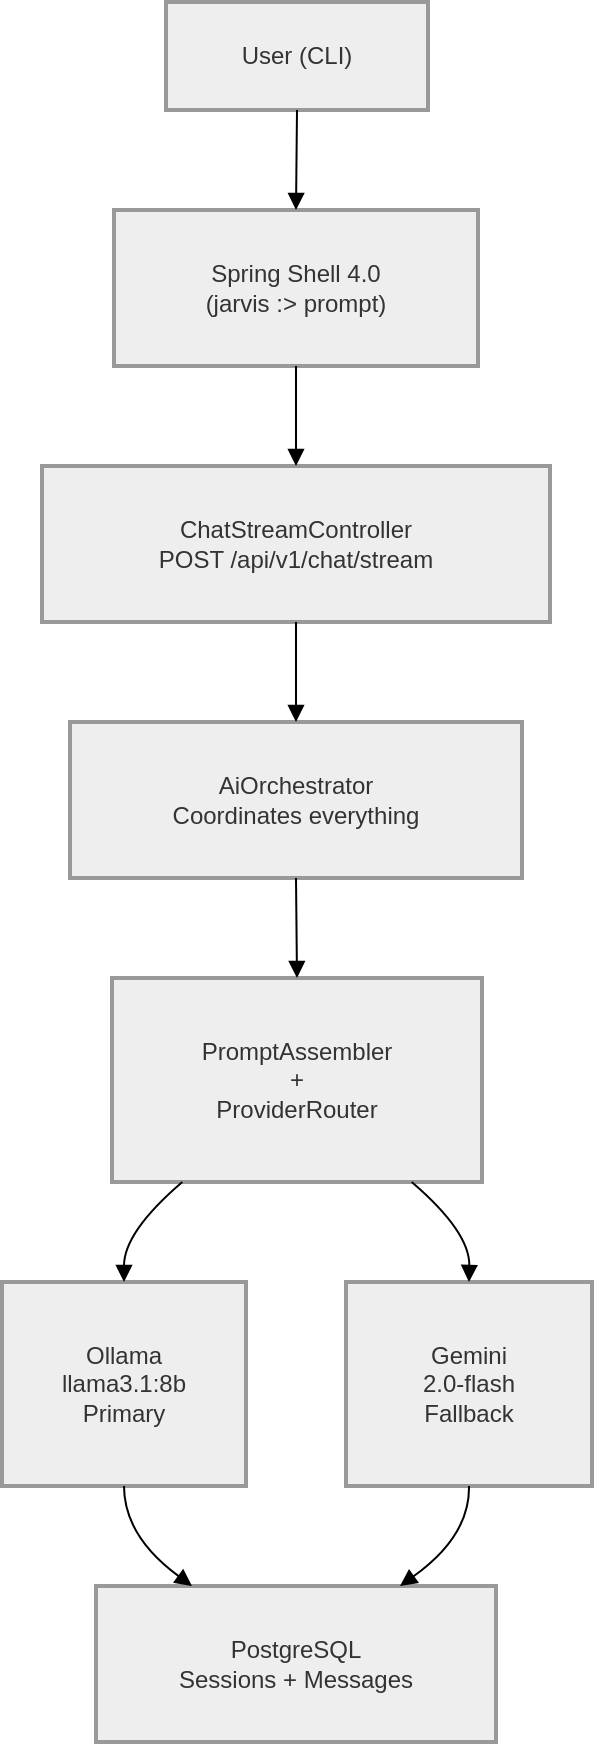
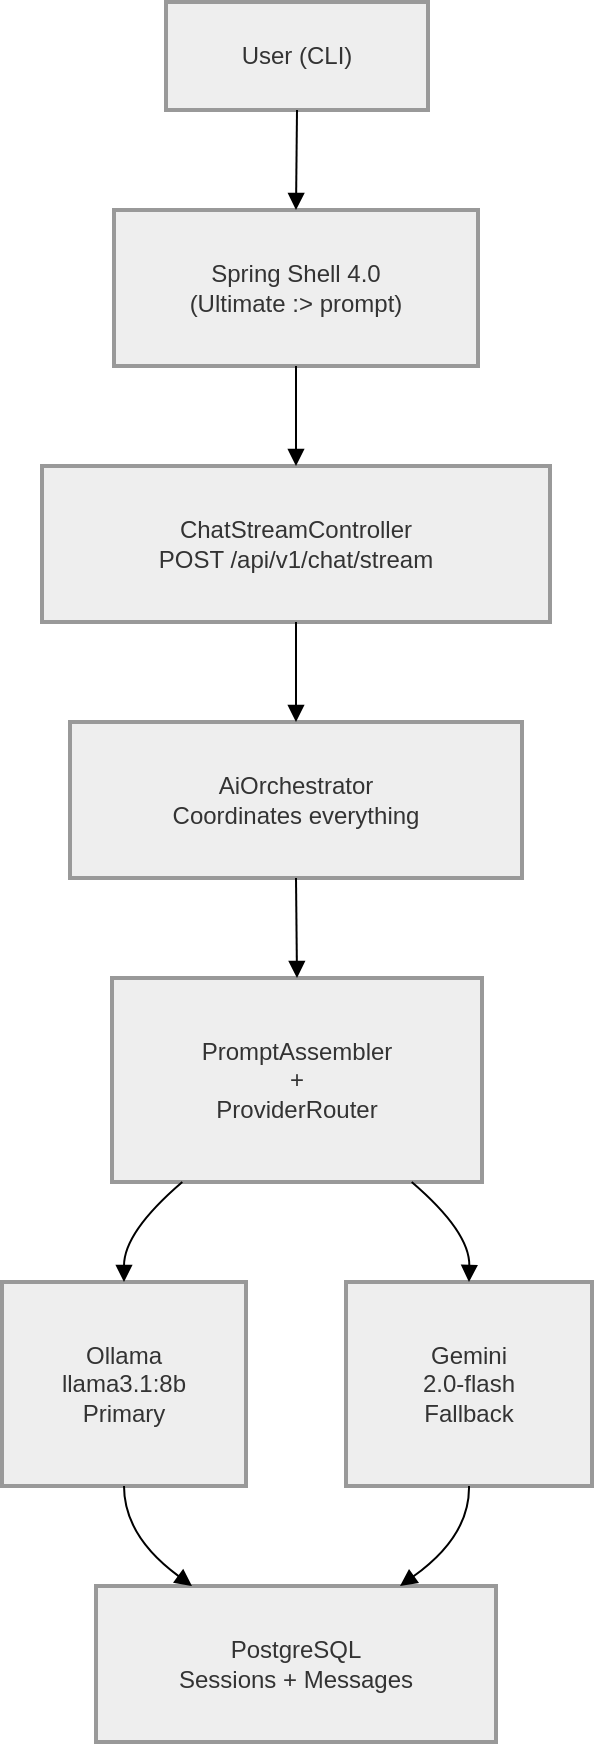
  <mxfile host="app.diagrams.net">
    <diagram name="Page-1" id="wY7HkS03owiggVAKXcqs">
      <mxGraphModel dx="1030" dy="527" grid="1" gridSize="10" guides="1" tooltips="1" connect="1" arrows="1" fold="1" page="1" pageScale="1" pageWidth="850" pageHeight="1100" math="0" shadow="0">
        <root>
          <mxCell id="0" />
          <mxCell id="1" parent="0" />
          <mxCell id="SCGlZj5swCD9gWGE6OnE-1" parent="1" style="whiteSpace=wrap;strokeWidth=2;fillColor=light-dark(#eeeeee,#1f2020);strokeColor=light-dark(#999999,#cccccc);fontColor=light-dark(#333333,#cccccc);" value="User (CLI)" vertex="1">
            <mxGeometry height="54" width="131" x="102" y="20" as="geometry" />
          </mxCell>
-           <mxCell id="SCGlZj5swCD9gWGE6OnE-2" parent="1" style="whiteSpace=wrap;strokeWidth=2;fillColor=light-dark(#eeeeee,#1f2020);strokeColor=light-dark(#999999,#cccccc);fontColor=light-dark(#333333,#cccccc);" value="Spring Shell 4.0&#xa;(jarvis :&gt; prompt)" vertex="1">
+           <mxCell id="SCGlZj5swCD9gWGE6OnE-2" parent="1" style="whiteSpace=wrap;strokeWidth=2;fillColor=light-dark(#eeeeee,#1f2020);strokeColor=light-dark(#999999,#cccccc);fontColor=light-dark(#333333,#cccccc);" value="Spring Shell 4.0&#xa;(Ultimate :&gt; prompt)" vertex="1">
            <mxGeometry height="78" width="182" x="76" y="124" as="geometry" />
          </mxCell>
          <mxCell id="SCGlZj5swCD9gWGE6OnE-3" parent="1" style="whiteSpace=wrap;strokeWidth=2;fillColor=light-dark(#eeeeee,#1f2020);strokeColor=light-dark(#999999,#cccccc);fontColor=light-dark(#333333,#cccccc);" value="ChatStreamController&#xa;POST /api/v1/chat/stream" vertex="1">
            <mxGeometry height="78" width="254" x="40" y="252" as="geometry" />
          </mxCell>
          <mxCell id="SCGlZj5swCD9gWGE6OnE-4" parent="1" style="whiteSpace=wrap;strokeWidth=2;fillColor=light-dark(#eeeeee,#1f2020);strokeColor=light-dark(#999999,#cccccc);fontColor=light-dark(#333333,#cccccc);" value="AiOrchestrator&#xa;Coordinates everything" vertex="1">
            <mxGeometry height="78" width="226" x="54" y="380" as="geometry" />
          </mxCell>
          <mxCell id="SCGlZj5swCD9gWGE6OnE-5" parent="1" style="whiteSpace=wrap;strokeWidth=2;fillColor=light-dark(#eeeeee,#1f2020);strokeColor=light-dark(#999999,#cccccc);fontColor=light-dark(#333333,#cccccc);" value="PromptAssembler&#xa;+&#xa;ProviderRouter" vertex="1">
            <mxGeometry height="102" width="185" x="75" y="508" as="geometry" />
          </mxCell>
          <mxCell id="SCGlZj5swCD9gWGE6OnE-6" parent="1" style="whiteSpace=wrap;strokeWidth=2;fillColor=light-dark(#eeeeee,#1f2020);strokeColor=light-dark(#999999,#cccccc);fontColor=light-dark(#333333,#cccccc);" value="Ollama&#xa;llama3.1:8b&#xa;Primary" vertex="1">
            <mxGeometry height="102" width="122" x="20" y="660" as="geometry" />
          </mxCell>
          <mxCell id="SCGlZj5swCD9gWGE6OnE-7" parent="1" style="whiteSpace=wrap;strokeWidth=2;fillColor=light-dark(#eeeeee,#1f2020);strokeColor=light-dark(#999999,#cccccc);fontColor=light-dark(#333333,#cccccc);" value="Gemini&#xa;2.0-flash&#xa;Fallback" vertex="1">
            <mxGeometry height="102" width="123" x="192" y="660" as="geometry" />
          </mxCell>
          <mxCell id="SCGlZj5swCD9gWGE6OnE-8" parent="1" style="whiteSpace=wrap;strokeWidth=2;fillColor=light-dark(#eeeeee,#1f2020);strokeColor=light-dark(#999999,#cccccc);fontColor=light-dark(#333333,#cccccc);" value="PostgreSQL&#xa;Sessions + Messages" vertex="1">
            <mxGeometry height="78" width="200" x="67" y="812" as="geometry" />
          </mxCell>
          <mxCell id="SCGlZj5swCD9gWGE6OnE-9" edge="1" parent="1" source="SCGlZj5swCD9gWGE6OnE-1" style="curved=1;startArrow=none;endArrow=block;exitX=0.5;exitY=1;entryX=0.5;entryY=0;rounded=0;" target="SCGlZj5swCD9gWGE6OnE-2" value="">
            <mxGeometry relative="1" as="geometry">
              <Array as="points" />
            </mxGeometry>
          </mxCell>
          <mxCell id="SCGlZj5swCD9gWGE6OnE-10" edge="1" parent="1" source="SCGlZj5swCD9gWGE6OnE-2" style="curved=1;startArrow=none;endArrow=block;exitX=0.5;exitY=1;entryX=0.5;entryY=0;rounded=0;" target="SCGlZj5swCD9gWGE6OnE-3" value="">
            <mxGeometry relative="1" as="geometry">
              <Array as="points" />
            </mxGeometry>
          </mxCell>
          <mxCell id="SCGlZj5swCD9gWGE6OnE-11" edge="1" parent="1" source="SCGlZj5swCD9gWGE6OnE-3" style="curved=1;startArrow=none;endArrow=block;exitX=0.5;exitY=1;entryX=0.5;entryY=0;rounded=0;" target="SCGlZj5swCD9gWGE6OnE-4" value="">
            <mxGeometry relative="1" as="geometry">
              <Array as="points" />
            </mxGeometry>
          </mxCell>
          <mxCell id="SCGlZj5swCD9gWGE6OnE-12" edge="1" parent="1" source="SCGlZj5swCD9gWGE6OnE-4" style="curved=1;startArrow=none;endArrow=block;exitX=0.5;exitY=1;entryX=0.5;entryY=0;rounded=0;" target="SCGlZj5swCD9gWGE6OnE-5" value="">
            <mxGeometry relative="1" as="geometry">
              <Array as="points" />
            </mxGeometry>
          </mxCell>
          <mxCell id="SCGlZj5swCD9gWGE6OnE-13" edge="1" parent="1" source="SCGlZj5swCD9gWGE6OnE-5" style="curved=1;startArrow=none;endArrow=block;exitX=0.19;exitY=1;entryX=0.5;entryY=0;rounded=0;" target="SCGlZj5swCD9gWGE6OnE-6" value="">
            <mxGeometry relative="1" as="geometry">
              <Array as="points">
                <mxPoint x="81" y="635" />
              </Array>
            </mxGeometry>
          </mxCell>
          <mxCell id="SCGlZj5swCD9gWGE6OnE-14" edge="1" parent="1" source="SCGlZj5swCD9gWGE6OnE-5" style="curved=1;startArrow=none;endArrow=block;exitX=0.81;exitY=1;entryX=0.5;entryY=0;rounded=0;" target="SCGlZj5swCD9gWGE6OnE-7" value="">
            <mxGeometry relative="1" as="geometry">
              <Array as="points">
                <mxPoint x="254" y="635" />
              </Array>
            </mxGeometry>
          </mxCell>
          <mxCell id="SCGlZj5swCD9gWGE6OnE-15" edge="1" parent="1" source="SCGlZj5swCD9gWGE6OnE-6" style="curved=1;startArrow=none;endArrow=block;exitX=0.5;exitY=1;entryX=0.24;entryY=0;rounded=0;" target="SCGlZj5swCD9gWGE6OnE-8" value="">
            <mxGeometry relative="1" as="geometry">
              <Array as="points">
                <mxPoint x="81" y="787" />
              </Array>
            </mxGeometry>
          </mxCell>
          <mxCell id="SCGlZj5swCD9gWGE6OnE-16" edge="1" parent="1" source="SCGlZj5swCD9gWGE6OnE-7" style="curved=1;startArrow=none;endArrow=block;exitX=0.5;exitY=1;entryX=0.76;entryY=0;rounded=0;" target="SCGlZj5swCD9gWGE6OnE-8" value="">
            <mxGeometry relative="1" as="geometry">
              <Array as="points">
                <mxPoint x="254" y="787" />
              </Array>
            </mxGeometry>
          </mxCell>
        </root>
      </mxGraphModel>
    </diagram>
  </mxfile>
